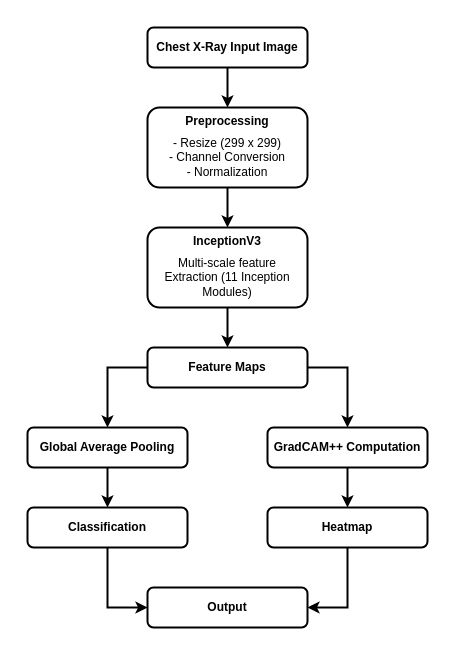
vinayak-k24/DrawIO keeps this draw.io diagram as Grad Net.drawio. Above is the earlier version. Source tidied: cells renumbered, new cells numbered last; positions are measured from the earlier drawing's top-left corner, leaving out a move shared by most shapes. Both pictures are drawn from the tidied source at 100%, with x=0, y=0 at pixel (27, 27).
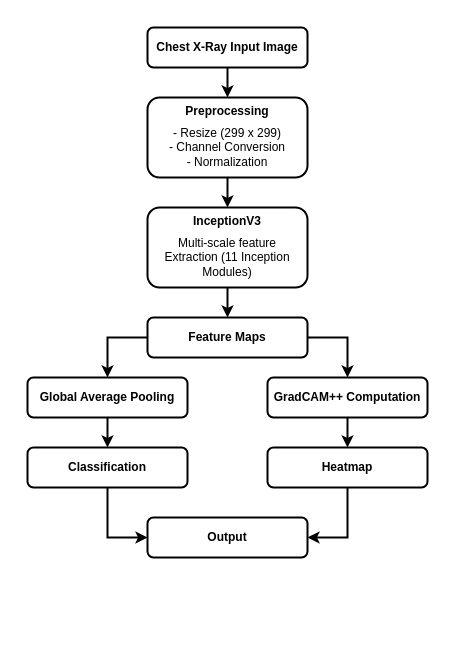
The same page after the edit.

Diff of the diagram source:
```diff
@@
+    <mxCell id="22" style="rounded=0;whiteSpace=wrap;html=1;strokeColor=#FFFFFF;" parent="1" vertex="1">
+      <mxGeometry x="-10" y="-10" width="420" height="550" as="geometry" />
+    </mxCell>
@@
     <mxCell id="4" value="Preprocessing" style="rounded=1;whiteSpace=wrap;html=1;verticalAlign=top;fontStyle=1;fontSize=12;strokeWidth=2;" parent="1" vertex="1">
-      <mxGeometry x="120" y="80" width="160" height="80" as="geometry" />
+      <mxGeometry x="120" y="70" width="160" height="80" as="geometry" />
     </mxCell>
@@
     <mxCell id="6" value="- Resize (299 x 299)&lt;div&gt;- Channel Conversion&lt;/div&gt;&lt;div&gt;- Normalization&lt;/div&gt;" style="text;html=1;whiteSpace=wrap;overflow=hidden;rounded=0;verticalAlign=middle;align=center;fontStyle=0;fontSize=12;strokeWidth=2;" parent="1" vertex="1">
-      <mxGeometry x="135" y="100" width="130" height="60" as="geometry" />
+      <mxGeometry x="135" y="90" width="130" height="60" as="geometry" />
     </mxCell>
     <mxCell id="7" value="InceptionV3" style="rounded=1;whiteSpace=wrap;html=1;verticalAlign=top;fontStyle=1;fontSize=12;strokeWidth=2;" parent="1" vertex="1">
-      <mxGeometry x="120" y="200" width="160" height="80" as="geometry" />
+      <mxGeometry x="120" y="180" width="160" height="80" as="geometry" />
     </mxCell>
@@
     <mxCell id="9" value="Multi-scale feature Extraction (11 Inception Modules)" style="text;html=1;whiteSpace=wrap;overflow=hidden;rounded=0;verticalAlign=middle;align=center;fontStyle=0;fontSize=12;strokeWidth=2;" parent="1" vertex="1">
-      <mxGeometry x="135" y="220" width="130" height="60" as="geometry" />
+      <mxGeometry x="135" y="200" width="130" height="60" as="geometry" />
     </mxCell>
@@
     <mxCell id="12" value="Feature Maps" style="rounded=1;whiteSpace=wrap;html=1;fontStyle=1;fontSize=12;strokeWidth=2;" parent="1" vertex="1">
-      <mxGeometry x="120" y="320" width="160" height="40" as="geometry" />
+      <mxGeometry x="120" y="290" width="160" height="40" as="geometry" />
     </mxCell>
@@
     <mxCell id="14" value="Global Average Pooling" style="rounded=1;whiteSpace=wrap;html=1;fontStyle=1;fontSize=12;strokeWidth=2;" parent="1" vertex="1">
-      <mxGeometry y="400" width="160" height="40" as="geometry" />
+      <mxGeometry y="350" width="160" height="40" as="geometry" />
     </mxCell>
@@
     <mxCell id="16" value="GradCAM++ Computation" style="rounded=1;whiteSpace=wrap;html=1;fontStyle=1;fontSize=12;strokeWidth=2;" parent="1" vertex="1">
-      <mxGeometry x="240" y="400" width="160" height="40" as="geometry" />
+      <mxGeometry x="240" y="350" width="160" height="40" as="geometry" />
     </mxCell>
@@
     <mxCell id="18" value="Classification" style="rounded=1;whiteSpace=wrap;html=1;fontStyle=1;fontSize=12;strokeWidth=2;" parent="1" vertex="1">
-      <mxGeometry y="480" width="160" height="40" as="geometry" />
+      <mxGeometry y="420" width="160" height="40" as="geometry" />
     </mxCell>
@@
     <mxCell id="20" value="Heatmap" style="rounded=1;whiteSpace=wrap;html=1;fontStyle=1;fontSize=12;strokeWidth=2;" parent="1" vertex="1">
-      <mxGeometry x="240" y="480" width="160" height="40" as="geometry" />
+      <mxGeometry x="240" y="420" width="160" height="40" as="geometry" />
     </mxCell>
     <mxCell id="21" value="Output" style="rounded=1;whiteSpace=wrap;html=1;fontStyle=1;fontSize=12;strokeWidth=2;" parent="1" vertex="1">
-      <mxGeometry x="120" y="560" width="160" height="40" as="geometry" />
+      <mxGeometry x="120" y="490" width="160" height="40" as="geometry" />
     </mxCell>
```
